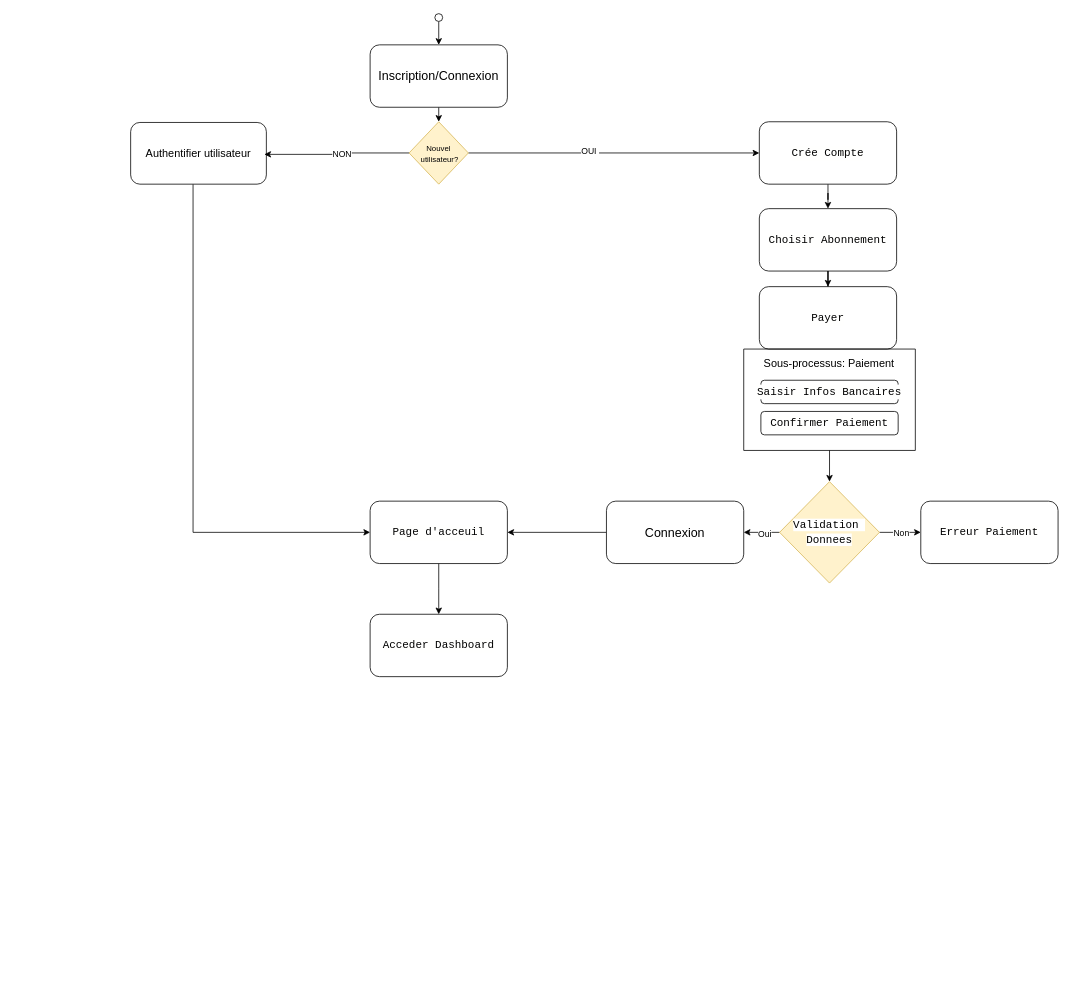
Above: Diagramme D'activité.drawio in Lennyb940002/Doranco-Projet- (draw.io), before the change. Source tidied: cells renumbered, new cells numbered last; positions are measured from the earlier drawing's top-left corner, leaving out a move shared by most shapes. Both pictures are drawn from the tidied source at 78%, with x=0, y=0 at pixel (130, 13).
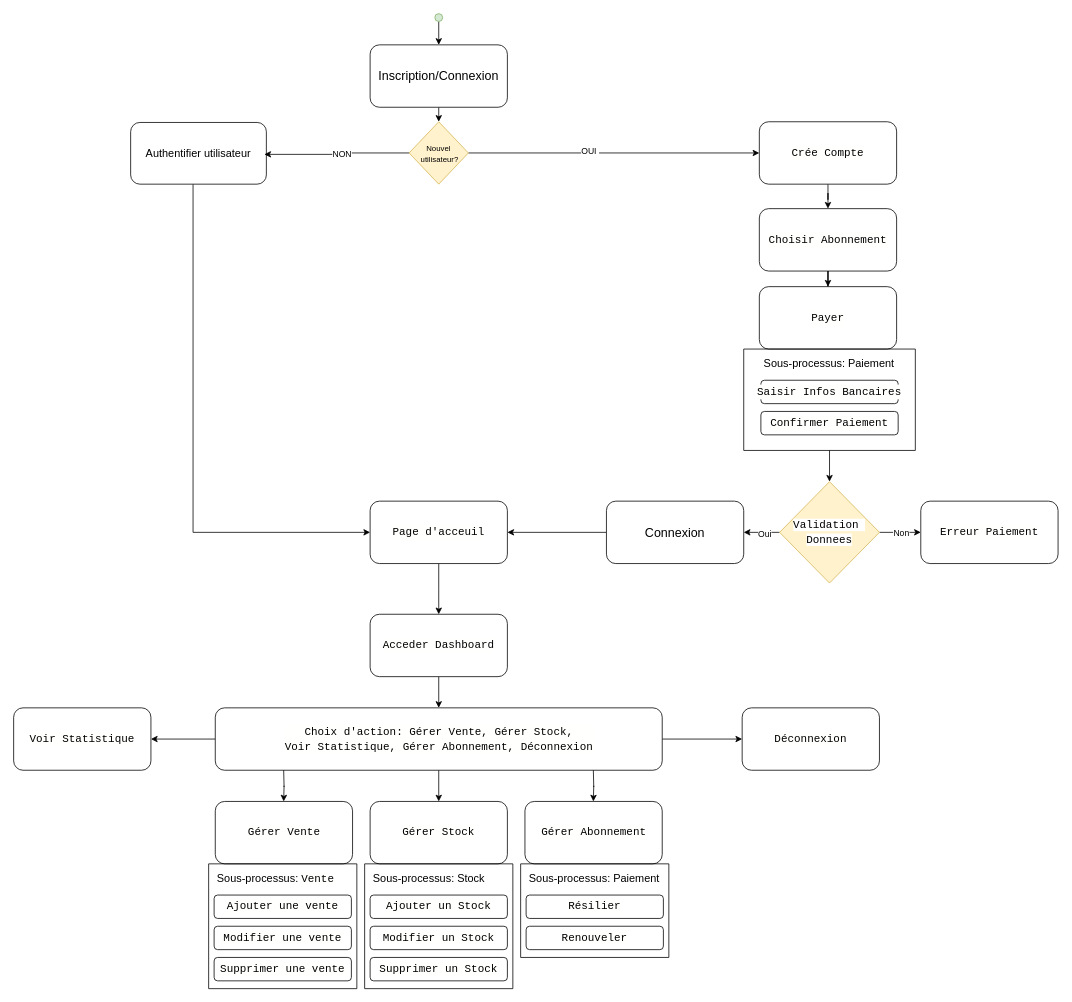
After the change.

Commit message:
Mettre à jour Diagramme D'activité.drawio

Unchanged cells that the change refers to:
```xml
<mxCell id="33" value="&lt;div style=&quot;background-color: rgb(255, 255, 254); line-height: 19px;&quot;&gt;&lt;div style=&quot;font-family: Consolas, &amp;quot;Courier New&amp;quot;, monospace; font-size: 14px; line-height: 19px; white-space: pre;&quot;&gt;&lt;div style=&quot;line-height: 19px;&quot;&gt;&lt;font style=&quot;color: rgb(0, 0, 0);&quot;&gt;Acceder Dashboard&lt;/font&gt;&lt;/div&gt;&lt;/div&gt;&lt;/div&gt;" style="rounded=1;whiteSpace=wrap;html=1;" parent="1" vertex="1">
  <mxGeometry x="307" y="770" width="176" height="80" as="geometry" />
</mxCell>
```

Diff of the diagram source:
```diff
@@
-    <mxCell id="3" style="ellipse;whiteSpace=wrap;html=1;" parent="1" vertex="1">
+    <mxCell id="3" style="ellipse;whiteSpace=wrap;html=1;fillColor=#d5e8d4;strokeColor=#82b366;" parent="1" vertex="1">
       <mxGeometry x="390" width="10" height="10" as="geometry" />
     </mxCell>
@@
+    <mxCell id="34" style="edgeStyle=orthogonalEdgeStyle;rounded=0;jettySize=auto;html=1;entryX=0.5;entryY=0;entryDx=0;entryDy=0;" parent="1" edge="1" source="33" target="38">
+      <mxGeometry relative="1" as="geometry" />
+    </mxCell>
@@
+    <mxCell id="35" style="edgeStyle=orthogonalEdgeStyle;rounded=0;jettySize=auto;html=1;entryX=0.5;entryY=0;entryDx=0;entryDy=0;" parent="1" edge="1" source="38" target="40">
+      <mxGeometry relative="1" as="geometry" />
+    </mxCell>
+    <mxCell id="36" style="edgeStyle=orthogonalEdgeStyle;rounded=0;jettySize=auto;html=1;" parent="1" edge="1" source="38" target="44">
+      <mxGeometry relative="1" as="geometry" />
+    </mxCell>
+    <mxCell id="37" style="edgeStyle=orthogonalEdgeStyle;rounded=0;jettySize=auto;html=1;entryX=1;entryY=0.5;entryDx=0;entryDy=0;" parent="1" edge="1" source="38" target="59">
+      <mxGeometry relative="1" as="geometry" />
+    </mxCell>
+    <mxCell id="38" value="&lt;div style=&quot;background-color: rgb(255, 255, 254); line-height: 19px;&quot;&gt;&lt;div style=&quot;font-family: Consolas, &amp;quot;Courier New&amp;quot;, monospace; font-size: 14px; line-height: 19px; white-space: pre;&quot;&gt;&lt;div style=&quot;line-height: 19px;&quot;&gt;&lt;font style=&quot;color: rgb(0, 0, 0);&quot;&gt;Choix d'action: Gérer Vente, Gérer Stock,&lt;br&gt;Voir Statistique, Gérer Abonnement, Déconnexion&lt;/font&gt;&lt;/div&gt;&lt;/div&gt;&lt;/div&gt;" style="rounded=1;whiteSpace=wrap;html=1;" parent="1" vertex="1">
+      <mxGeometry x="108.5" y="890" width="573" height="80" as="geometry" />
+    </mxCell>
+    <mxCell id="39" value="&lt;div style=&quot;background-color: rgb(255, 255, 254); line-height: 19px;&quot;&gt;&lt;div style=&quot;font-family: Consolas, &amp;quot;Courier New&amp;quot;, monospace; font-size: 14px; line-height: 19px; white-space: pre;&quot;&gt;&lt;div style=&quot;line-height: 19px;&quot;&gt;&lt;font style=&quot;color: rgb(0, 0, 0);&quot;&gt;Gérer Vente&lt;/font&gt;&lt;/div&gt;&lt;/div&gt;&lt;/div&gt;" style="rounded=1;whiteSpace=wrap;html=1;" parent="1" vertex="1">
+      <mxGeometry x="108.5" y="1010" width="176" height="80" as="geometry" />
+    </mxCell>
+    <mxCell id="40" value="&lt;div style=&quot;background-color: rgb(255, 255, 254); line-height: 19px;&quot;&gt;&lt;div style=&quot;font-family: Consolas, &amp;quot;Courier New&amp;quot;, monospace; font-size: 14px; line-height: 19px; white-space: pre;&quot;&gt;&lt;div style=&quot;line-height: 19px;&quot;&gt;Gérer Stock&lt;/div&gt;&lt;/div&gt;&lt;/div&gt;" style="rounded=1;whiteSpace=wrap;html=1;" parent="1" vertex="1">
+      <mxGeometry x="307" y="1010" width="176" height="80" as="geometry" />
+    </mxCell>
+    <mxCell id="41" value="&lt;div style=&quot;background-color: rgb(255, 255, 254); line-height: 19px;&quot;&gt;&lt;div style=&quot;font-family: Consolas, &amp;quot;Courier New&amp;quot;, monospace; font-size: 14px; line-height: 19px; white-space: pre;&quot;&gt;&lt;div style=&quot;line-height: 19px;&quot;&gt;Gérer Abonnement&lt;/div&gt;&lt;/div&gt;&lt;/div&gt;" style="rounded=1;whiteSpace=wrap;html=1;" parent="1" vertex="1">
+      <mxGeometry x="505.5" y="1010" width="176" height="80" as="geometry" />
+    </mxCell>
+    <mxCell id="42" style="edgeStyle=orthogonalEdgeStyle;rounded=0;orthogonalLoop=1;jettySize=auto;html=1;entryX=0.5;entryY=0;entryDx=0;entryDy=0;" parent="1" edge="1">
+      <mxGeometry relative="1" as="geometry">
+        <mxPoint x="593.2" y="970" as="sourcePoint" />
+        <mxPoint x="593.2" y="1010" as="targetPoint" />
+      </mxGeometry>
+    </mxCell>
+    <mxCell id="43" style="edgeStyle=orthogonalEdgeStyle;rounded=0;orthogonalLoop=1;jettySize=auto;html=1;entryX=0.5;entryY=0;entryDx=0;entryDy=0;" parent="1" edge="1">
+      <mxGeometry relative="1" as="geometry">
+        <mxPoint x="196.2" y="970" as="sourcePoint" />
+        <mxPoint x="196.2" y="1010" as="targetPoint" />
+      </mxGeometry>
+    </mxCell>
+    <mxCell id="44" value="&lt;div style=&quot;background-color: rgb(255, 255, 254); line-height: 19px;&quot;&gt;&lt;div style=&quot;font-family: Consolas, &amp;quot;Courier New&amp;quot;, monospace; font-size: 14px; line-height: 19px; white-space: pre;&quot;&gt;&lt;div style=&quot;line-height: 19px;&quot;&gt;Déconnexion&lt;/div&gt;&lt;/div&gt;&lt;/div&gt;" style="rounded=1;whiteSpace=wrap;html=1;" parent="1" vertex="1">
+      <mxGeometry x="784" y="890" width="176" height="80" as="geometry" />
+    </mxCell>
+    <mxCell id="45" style="swimlane;startSize=0;" parent="1" vertex="1">
+      <mxGeometry x="100" y="1090" width="190" height="160" as="geometry" />
+    </mxCell>
+    <mxCell id="46" value="&lt;br style=&quot;forced-color-adjust: none;&quot;&gt;&lt;span style=&quot;forced-color-adjust: none; color: rgb(0, 0, 0); font-family: Arial; font-size: 14px; font-style: normal; font-variant-ligatures: normal; font-variant-caps: normal; font-weight: 400; letter-spacing: normal; orphans: 2; text-align: start; text-indent: 0px; text-transform: none; widows: 2; word-spacing: 0px; -webkit-text-stroke-width: 0px; white-space: nowrap; text-decoration-thickness: initial; text-decoration-style: initial; text-decoration-color: initial; float: none; display: inline !important;&quot;&gt;Sous-processus:&amp;nbsp;&lt;/span&gt;&lt;span style=&quot;font-family: Consolas, &amp;quot;Courier New&amp;quot;, monospace; font-size: 14px; text-align: center; white-space: pre; background-color: rgb(255, 255, 254);&quot;&gt;Vente&lt;/span&gt;&lt;div style=&quot;forced-color-adjust: none;&quot;&gt;&lt;br style=&quot;forced-color-adjust: none; color: rgb(0, 0, 0); font-family: Helvetica; font-size: 12px; font-style: normal; font-variant-ligatures: normal; font-variant-caps: normal; font-weight: 400; letter-spacing: normal; orphans: 2; text-align: center; text-indent: 0px; text-transform: none; widows: 2; word-spacing: 0px; -webkit-text-stroke-width: 0px; white-space: normal; background-color: rgb(251, 251, 251); text-decoration-thickness: initial; text-decoration-style: initial; text-decoration-color: initial;&quot;&gt;&lt;br&gt;&lt;br&gt;&lt;/div&gt;" style="text;whiteSpace=wrap;html=1;" parent="45" vertex="1">
+      <mxGeometry x="8.5" y="-10" width="173" height="50" as="geometry" />
+    </mxCell>
+    <mxCell id="47" value="&lt;div style=&quot;background-color: rgb(255, 255, 254); line-height: 19px;&quot;&gt;&lt;div style=&quot;font-family: Consolas, &amp;quot;Courier New&amp;quot;, monospace; font-size: 14px; line-height: 19px; white-space: pre;&quot;&gt;&lt;font style=&quot;color: rgb(0, 0, 0);&quot;&gt;Ajouter une vente&lt;/font&gt;&lt;/div&gt;&lt;/div&gt;" style="rounded=1;whiteSpace=wrap;html=1;" parent="45" vertex="1">
+      <mxGeometry x="7" y="40" width="176" height="30" as="geometry" />
+    </mxCell>
+    <mxCell id="48" value="&lt;div style=&quot;background-color: rgb(255, 255, 254); line-height: 19px;&quot;&gt;&lt;div style=&quot;font-family: Consolas, &amp;quot;Courier New&amp;quot;, monospace; font-size: 14px; line-height: 19px; white-space: pre;&quot;&gt;Modifier une vente&lt;/div&gt;&lt;/div&gt;" style="rounded=1;whiteSpace=wrap;html=1;" parent="45" vertex="1">
+      <mxGeometry x="7" y="80" width="176" height="30" as="geometry" />
+    </mxCell>
+    <mxCell id="49" value="&lt;div style=&quot;background-color: rgb(255, 255, 254); line-height: 19px;&quot;&gt;&lt;div style=&quot;font-family: Consolas, &amp;quot;Courier New&amp;quot;, monospace; font-size: 14px; line-height: 19px; white-space: pre;&quot;&gt;Supprimer une vente&lt;/div&gt;&lt;/div&gt;" style="rounded=1;whiteSpace=wrap;html=1;" parent="45" vertex="1">
+      <mxGeometry x="7" y="120" width="176" height="30" as="geometry" />
+    </mxCell>
+    <mxCell id="50" style="swimlane;startSize=0;" parent="1" vertex="1">
+      <mxGeometry x="300" y="1090" width="190" height="160" as="geometry" />
+    </mxCell>
+    <mxCell id="51" value="&lt;br style=&quot;forced-color-adjust: none;&quot;&gt;&lt;span style=&quot;forced-color-adjust: none; color: rgb(0, 0, 0); font-family: Arial; font-size: 14px; font-style: normal; font-variant-ligatures: normal; font-variant-caps: normal; font-weight: 400; letter-spacing: normal; orphans: 2; text-align: start; text-indent: 0px; text-transform: none; widows: 2; word-spacing: 0px; -webkit-text-stroke-width: 0px; white-space: nowrap; text-decoration-thickness: initial; text-decoration-style: initial; text-decoration-color: initial; float: none; display: inline !important;&quot;&gt;Sous-processus: Stock&lt;/span&gt;" style="text;whiteSpace=wrap;html=1;" parent="50" vertex="1">
+      <mxGeometry x="8.5" y="-10" width="173" height="50" as="geometry" />
+    </mxCell>
+    <mxCell id="52" value="&lt;div style=&quot;background-color: rgb(255, 255, 254); line-height: 19px;&quot;&gt;&lt;div style=&quot;font-family: Consolas, &amp;quot;Courier New&amp;quot;, monospace; font-size: 14px; line-height: 19px; white-space: pre;&quot;&gt;&lt;font style=&quot;color: rgb(0, 0, 0);&quot;&gt;Ajouter un Stock&lt;/font&gt;&lt;/div&gt;&lt;/div&gt;" style="rounded=1;whiteSpace=wrap;html=1;" parent="50" vertex="1">
+      <mxGeometry x="7" y="40" width="176" height="30" as="geometry" />
+    </mxCell>
+    <mxCell id="53" value="&lt;div style=&quot;background-color: rgb(255, 255, 254); line-height: 19px;&quot;&gt;&lt;div style=&quot;font-family: Consolas, &amp;quot;Courier New&amp;quot;, monospace; font-size: 14px; line-height: 19px; white-space: pre;&quot;&gt;Modifier un Stock&lt;/div&gt;&lt;/div&gt;" style="rounded=1;whiteSpace=wrap;html=1;" parent="50" vertex="1">
+      <mxGeometry x="7" y="80" width="176" height="30" as="geometry" />
+    </mxCell>
+    <mxCell id="54" value="&lt;div style=&quot;background-color: rgb(255, 255, 254); line-height: 19px;&quot;&gt;&lt;div style=&quot;font-family: Consolas, &amp;quot;Courier New&amp;quot;, monospace; font-size: 14px; line-height: 19px; white-space: pre;&quot;&gt;Supprimer un Stock&lt;/div&gt;&lt;/div&gt;" style="rounded=1;whiteSpace=wrap;html=1;" parent="50" vertex="1">
+      <mxGeometry x="7" y="120" width="176" height="30" as="geometry" />
+    </mxCell>
+    <mxCell id="55" style="swimlane;startSize=0;" parent="1" vertex="1">
+      <mxGeometry x="500" y="1090" width="190" height="120" as="geometry" />
+    </mxCell>
+    <mxCell id="56" value="&lt;br style=&quot;forced-color-adjust: none;&quot;&gt;&lt;span style=&quot;forced-color-adjust: none; color: light-dark(rgb(0, 0, 0), rgb(237, 237, 237)); font-family: Arial; font-size: 14px; font-style: normal; font-variant-ligatures: normal; font-variant-caps: normal; font-weight: 400; letter-spacing: normal; orphans: 2; text-align: start; text-indent: 0px; text-transform: none; widows: 2; word-spacing: 0px; -webkit-text-stroke-width: 0px; white-space: nowrap; text-decoration-thickness: initial; text-decoration-style: initial; text-decoration-color: initial; float: none; display: inline !important;&quot;&gt;Sous-processus: Paiement&amp;nbsp;&lt;/span&gt;&lt;div style=&quot;forced-color-adjust: none;&quot;&gt;&lt;br style=&quot;forced-color-adjust: none; color: rgb(0, 0, 0); font-family: Helvetica; font-size: 12px; font-style: normal; font-variant-ligatures: normal; font-variant-caps: normal; font-weight: 400; letter-spacing: normal; orphans: 2; text-align: center; text-indent: 0px; text-transform: none; widows: 2; word-spacing: 0px; -webkit-text-stroke-width: 0px; white-space: normal; background-color: rgb(251, 251, 251); text-decoration-thickness: initial; text-decoration-style: initial; text-decoration-color: initial;&quot;&gt;&#10;&#10;&lt;/div&gt;" style="text;whiteSpace=wrap;html=1;" parent="55" vertex="1">
+      <mxGeometry x="8.5" y="-10" width="173" height="50" as="geometry" />
+    </mxCell>
+    <mxCell id="57" value="&lt;div style=&quot;background-color: rgb(255, 255, 254); line-height: 19px;&quot;&gt;&lt;div style=&quot;font-family: Consolas, &amp;quot;Courier New&amp;quot;, monospace; font-size: 14px; line-height: 19px; white-space: pre;&quot;&gt;Résilier&lt;/div&gt;&lt;/div&gt;" style="rounded=1;whiteSpace=wrap;html=1;" parent="55" vertex="1">
+      <mxGeometry x="7" y="40" width="176" height="30" as="geometry" />
+    </mxCell>
+    <mxCell id="58" value="&lt;div style=&quot;background-color: rgb(255, 255, 254); line-height: 19px;&quot;&gt;&lt;div style=&quot;font-family: Consolas, &amp;quot;Courier New&amp;quot;, monospace; font-size: 14px; line-height: 19px; white-space: pre;&quot;&gt;Renouveler&lt;/div&gt;&lt;/div&gt;" style="rounded=1;whiteSpace=wrap;html=1;" parent="55" vertex="1">
+      <mxGeometry x="7" y="80" width="176" height="30" as="geometry" />
+    </mxCell>
+    <mxCell id="59" value="&lt;div style=&quot;background-color: rgb(255, 255, 254); line-height: 19px;&quot;&gt;&lt;div style=&quot;font-family: Consolas, &amp;quot;Courier New&amp;quot;, monospace; font-size: 14px; line-height: 19px; white-space: pre;&quot;&gt;&lt;div style=&quot;line-height: 19px;&quot;&gt;Voir Statistique&lt;/div&gt;&lt;/div&gt;&lt;/div&gt;" style="rounded=1;whiteSpace=wrap;html=1;" parent="1" vertex="1">
+      <mxGeometry x="-150" y="890" width="176" height="80" as="geometry" />
+    </mxCell>
```
